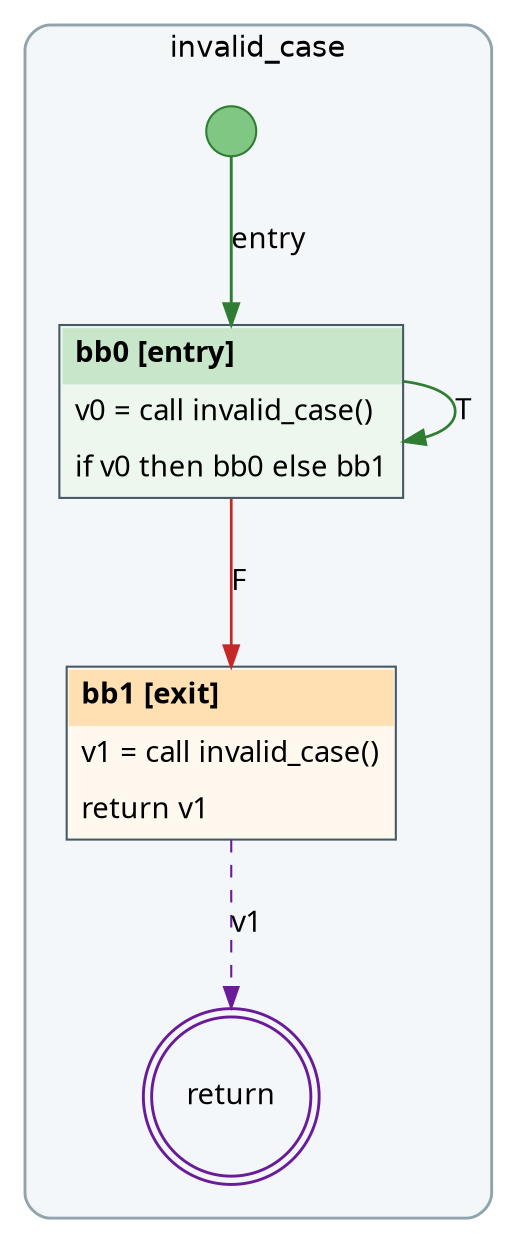
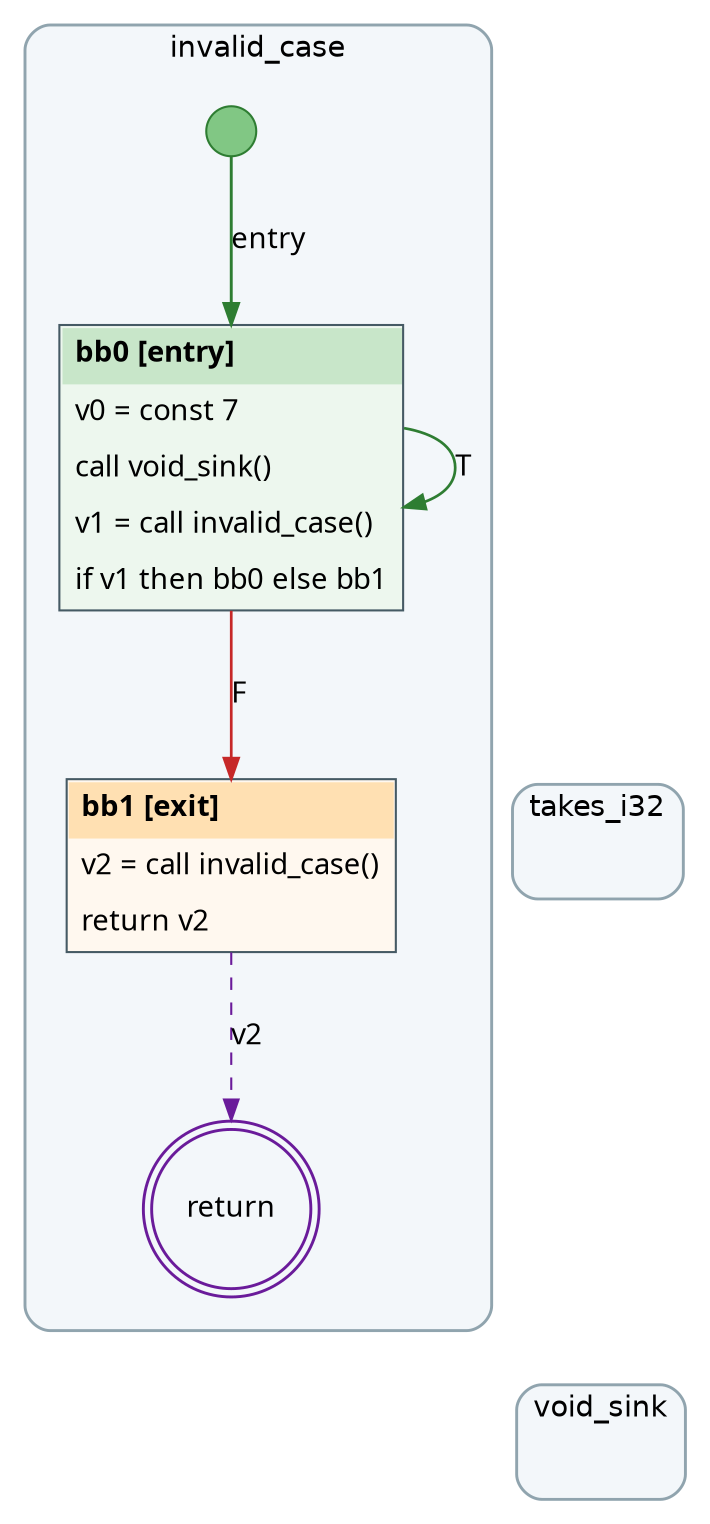
digraph SSA {
  rankdir=TB;
  newrank=true;
  ranksep=0.9;
  nodesep=0.35;
  splines=true;
  fontname="Helvetica";
  node [fontname="Menlo"];
  edge [fontname="Menlo"];
  subgraph cluster_f0 {
    color="#90a4ae"; style="rounded,filled"; fillcolor="#f3f7fa"; penwidth=1.4;
    margin=16;
    labelloc=t; label="invalid_case";
    f0_order [shape=point, style=invis, width=0, height=0, label=""];
    f0_entry [shape=circle, fixedsize=true, width=0.34, label="", style=filled, fillcolor="#81c784", color="#2e7d32"];
    f0_bb0 [shape=plain, margin=0, label=<
      <TABLE BORDER="1" CELLBORDER="0" CELLSPACING="0" CELLPADDING="6" COLOR="#455a64" BGCOLOR="#edf7ee">
        <TR><TD ALIGN="LEFT" BGCOLOR="#c8e6c9"><B>bb0 [entry]</B></TD></TR>
-         <TR><TD ALIGN="LEFT"><FONT FACE="Menlo">v0 = call invalid_case()</FONT></TD></TR>
-         <TR><TD ALIGN="LEFT"><FONT FACE="Menlo">if v0 then bb0 else bb1</FONT></TD></TR>
+         <TR><TD ALIGN="LEFT"><FONT FACE="Menlo">v0 = const 7</FONT></TD></TR>
+         <TR><TD ALIGN="LEFT"><FONT FACE="Menlo">call void_sink()</FONT></TD></TR>
+         <TR><TD ALIGN="LEFT"><FONT FACE="Menlo">v1 = call invalid_case()</FONT></TD></TR>
+         <TR><TD ALIGN="LEFT"><FONT FACE="Menlo">if v1 then bb0 else bb1</FONT></TD></TR>
      </TABLE>
    >];
    f0_bb1 [shape=plain, margin=0, label=<
      <TABLE BORDER="1" CELLBORDER="0" CELLSPACING="0" CELLPADDING="6" COLOR="#455a64" BGCOLOR="#fff8ef">
        <TR><TD ALIGN="LEFT" BGCOLOR="#ffe0b2"><B>bb1 [exit]</B></TD></TR>
-         <TR><TD ALIGN="LEFT"><FONT FACE="Menlo">v1 = call invalid_case()</FONT></TD></TR>
-         <TR><TD ALIGN="LEFT"><FONT FACE="Menlo">return v1</FONT></TD></TR>
+         <TR><TD ALIGN="LEFT"><FONT FACE="Menlo">v2 = call invalid_case()</FONT></TD></TR>
+         <TR><TD ALIGN="LEFT"><FONT FACE="Menlo">return v2</FONT></TD></TR>
      </TABLE>
    >];
    f0_entry -> f0_bb0 [label="entry", color="#2e7d32", penwidth=1.4];
    f0_bb0 -> f0_bb0 [label="T", color="#2e7d32", penwidth=1.3];
    f0_bb0 -> f0_bb1 [label="F", color="#c62828", penwidth=1.3];
    f0_ret [shape=doublecircle, label="return", color="#6a1b9a", penwidth=1.4];
-     f0_bb1 -> f0_ret [style=dashed, color="#6a1b9a", label="v1"];
+     f0_bb1 -> f0_ret [style=dashed, color="#6a1b9a", label="v2"];
  }
+   subgraph cluster_f1 {
+     color="#90a4ae"; style="rounded,filled"; fillcolor="#f3f7fa"; penwidth=1.4;
+     margin=16;
+     labelloc=t; label="takes_i32";
+     f1_order [shape=point, style=invis, width=0, height=0, label=""];
+   }
+   subgraph cluster_f2 {
+     color="#90a4ae"; style="rounded,filled"; fillcolor="#f3f7fa"; penwidth=1.4;
+     margin=16;
+     labelloc=t; label="void_sink";
+     f2_order [shape=point, style=invis, width=0, height=0, label=""];
+   }
+   f0_order -> f1_order [style=invis, weight=200, minlen=2];
+   f1_order -> f2_order [style=invis, weight=200, minlen=2];
}
